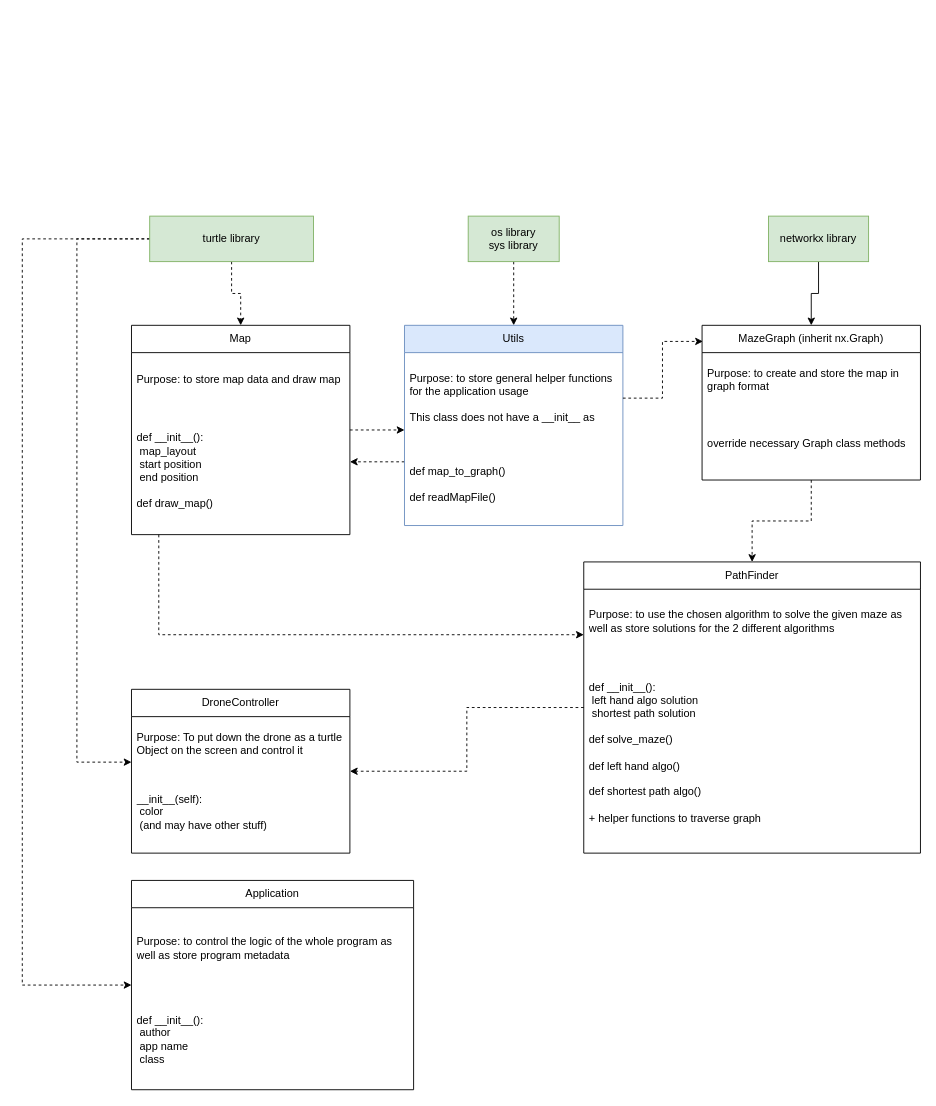
Before: page "Class Design" (1 of 3) of diagrams/program_diagrams.drawio in junnjiee16/ST1507-DSAA-Maze-Solver, a draw.io diagram. Source tidied: cells renumbered, new cells numbered last; positions are measured from the earlier drawing's top-left corner, leaving out a move shared by most shapes. Both pictures are drawn from the tidied source at 91%, with x=0, y=0 at pixel (22, 216).
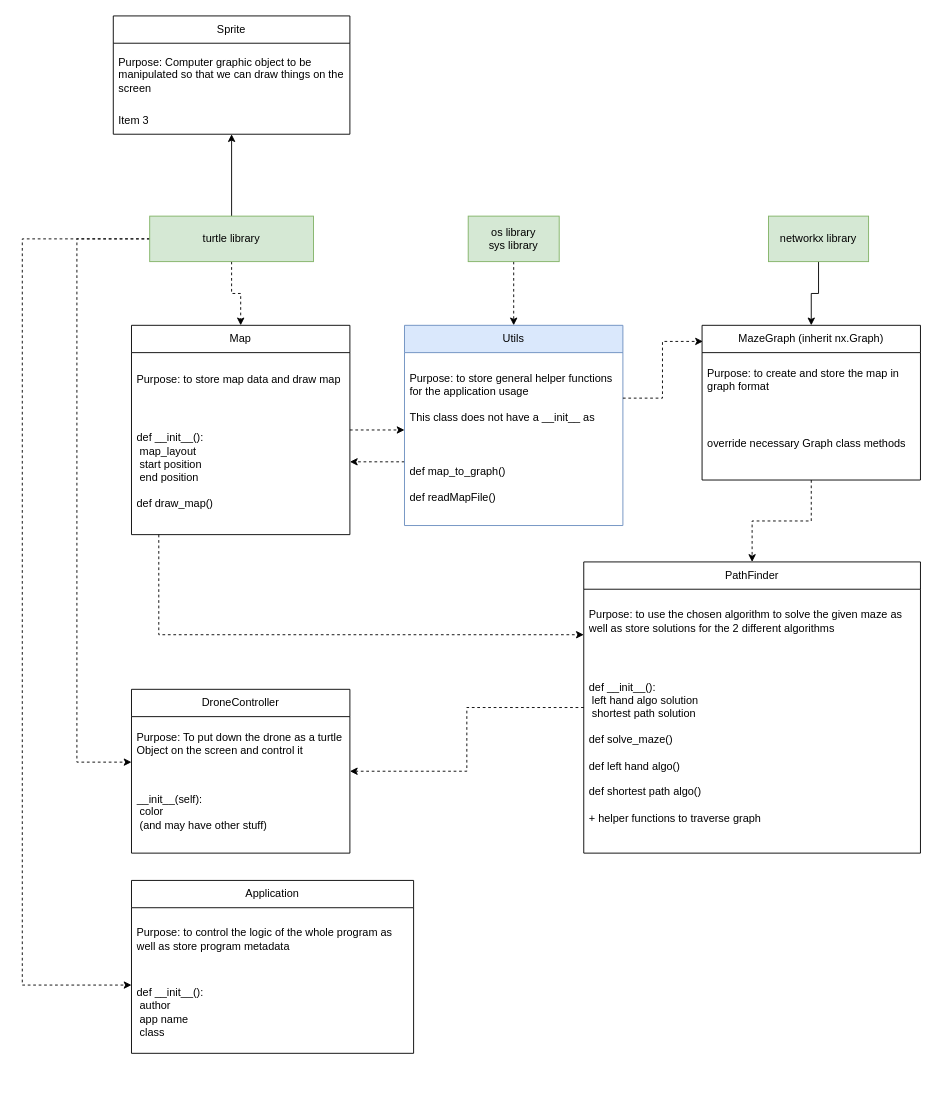
The same diagram, later.

Unchanged cells that the change refers to:
```xml
<mxCell id="5" value="turtle library" style="rounded=0;whiteSpace=wrap;html=1;fillColor=#d5e8d4;strokeColor=#82b366;" parent="1" vertex="1">
  <mxGeometry x="140" width="180" height="50" as="geometry" />
</mxCell>
```

Change to the diagram source:
```diff
@@
+    <mxCell id="34" style="edgeStyle=orthogonalEdgeStyle;rounded=0;jettySize=auto;html=1;" parent="1" edge="1" source="5" target="35">
+      <mxGeometry relative="1" as="geometry">
+        <Array as="points">
+          <mxPoint x="280" y="-100" />
+        </Array>
+      </mxGeometry>
+    </mxCell>
@@
     <mxCell id="18" value="Application" style="swimlane;fontStyle=0;horizontal=1;startSize=30;whiteSpace=wrap;html=1;" parent="1" vertex="1">
-      <mxGeometry x="120" y="730" width="310" height="230" as="geometry" />
+      <mxGeometry x="120" y="730" width="310" height="190" as="geometry" />
     </mxCell>
     <mxCell id="19" value="Purpose: to control the logic of the whole program as well as store program metadata" style="text;strokeColor=none;fillColor=none;align=left;verticalAlign=middle;spacingLeft=4;spacingRight=4;overflow=hidden;whiteSpace=wrap;html=1;" parent="18" vertex="1">
-      <mxGeometry y="30" width="310" height="90" as="geometry" />
+      <mxGeometry y="30" width="310" height="70" as="geometry" />
     </mxCell>
     <mxCell id="20" value="def __init__():&lt;br&gt;&lt;span style=&quot;white-space: pre;&quot;&gt; &lt;/span&gt;author&lt;br&gt;&lt;span style=&quot;white-space: pre;&quot;&gt; &lt;/span&gt;app name&lt;br&gt;&lt;span style=&quot;white-space: pre;&quot;&gt; &lt;/span&gt;class" style="text;strokeColor=none;fillColor=none;align=left;verticalAlign=middle;spacingLeft=4;spacingRight=4;overflow=hidden;whiteSpace=wrap;html=1;" parent="18" vertex="1">
-      <mxGeometry y="120" width="310" height="110" as="geometry" />
+      <mxGeometry y="100" width="310" height="90" as="geometry" />
     </mxCell>
@@
+    <mxCell id="35" value="Sprite" style="swimlane;fontStyle=0;horizontal=1;startSize=30;whiteSpace=wrap;html=1;" parent="1" vertex="1">
+      <mxGeometry x="100" y="-220" width="260" height="130" as="geometry" />
+    </mxCell>
+    <mxCell id="36" value="Purpose: Computer graphic object to be manipulated so that we can draw things on the screen" style="text;strokeColor=none;fillColor=none;align=left;verticalAlign=middle;spacingLeft=4;spacingRight=4;overflow=hidden;whiteSpace=wrap;html=1;" parent="35" vertex="1">
+      <mxGeometry y="30" width="260" height="70" as="geometry" />
+    </mxCell>
+    <mxCell id="37" value="Item 3" style="text;strokeColor=none;fillColor=none;align=left;verticalAlign=middle;spacingLeft=4;spacingRight=4;overflow=hidden;whiteSpace=wrap;html=1;" parent="35" vertex="1">
+      <mxGeometry y="100" width="260" height="30" as="geometry" />
+    </mxCell>
```
